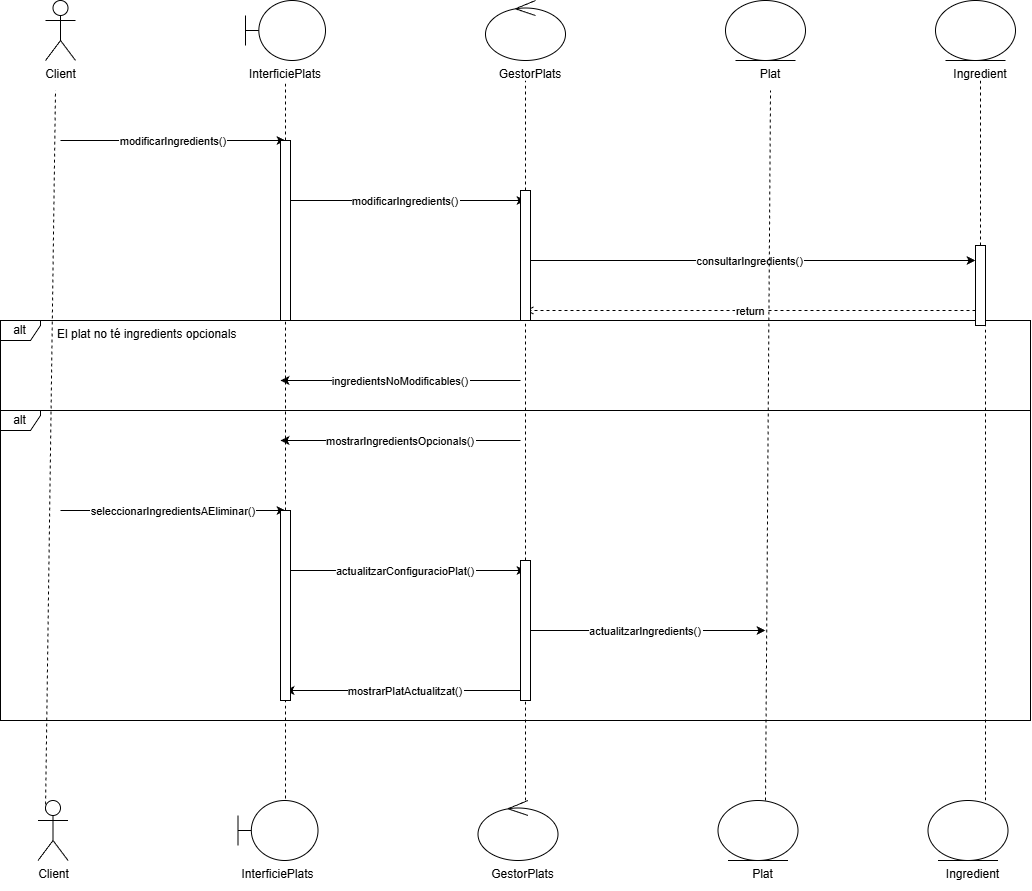
This is Diagrames/Diagrames seqüència/Diagrames Sebastián Díaz Carrasco/modificar_ingredients.png from MarcelPainos/ES26UAB-431-12, a draw.io export, as it was before one commit. Source tidied: cells renumbered, new cells last; positions are measured from the earlier drawing's top-left corner, leaving out a move shared by most shapes.
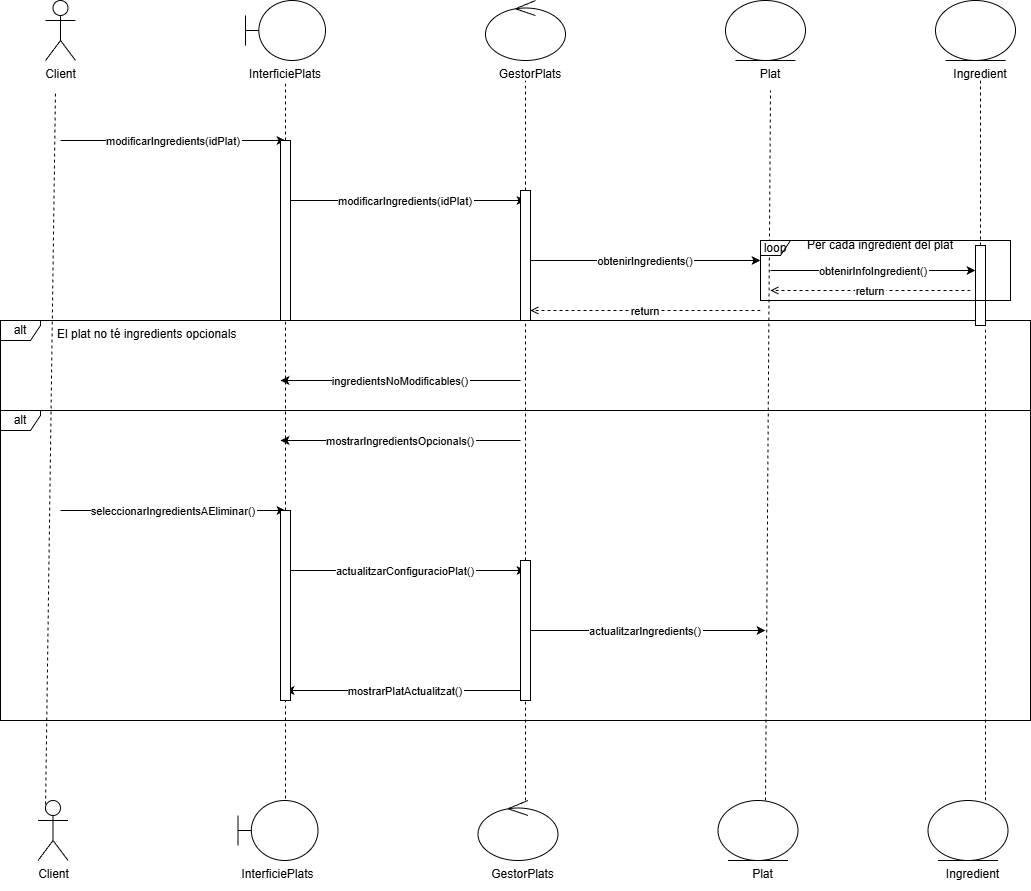
The same file after the commit.

Diff of the diagram source:
```diff
@@ -29,30 +29,18 @@
     <mxCell id="10" value="Ingredient" style="text;strokeColor=none;fillColor=none;align=center;" parent="1" vertex="1">
       <mxGeometry x="930" y="60" width="100" height="30" as="geometry" />
     </mxCell>
-    <mxCell id="11" value="modificarIngredients()" style="endArrow=classic;" parent="1" edge="1">
+    <mxCell id="11" value="modificarIngredients(idPlat)" style="endArrow=classic;" parent="1" edge="1">
       <mxGeometry relative="1" as="geometry">
         <mxPoint x="60" y="140" as="sourcePoint" />
         <mxPoint x="285" y="140" as="targetPoint" />
       </mxGeometry>
     </mxCell>
-    <mxCell id="12" value="modificarIngredients()" style="endArrow=classic;" parent="1" edge="1">
+    <mxCell id="12" value="modificarIngredients(idPlat)" style="endArrow=classic;" parent="1" edge="1">
       <mxGeometry relative="1" as="geometry">
         <mxPoint x="285" y="200" as="sourcePoint" />
         <mxPoint x="525" y="200" as="targetPoint" />
       </mxGeometry>
     </mxCell>
-    <mxCell id="13" value="consultarIngredients()" style="endArrow=classic;" parent="1" edge="1">
-      <mxGeometry relative="1" as="geometry">
-        <mxPoint x="525" y="260" as="sourcePoint" />
-        <mxPoint x="975" y="260" as="targetPoint" />
-      </mxGeometry>
-    </mxCell>
-    <mxCell id="14" value="return" style="endArrow=open;dashed=1;" parent="1" edge="1">
-      <mxGeometry relative="1" as="geometry">
-        <mxPoint x="975" y="310" as="sourcePoint" />
-        <mxPoint x="525" y="310" as="targetPoint" />
-      </mxGeometry>
-    </mxCell>
     <mxCell id="15" value="mostrarIngredientsOpcionals()" style="endArrow=classic;" parent="1" edge="1">
       <mxGeometry relative="1" as="geometry">
         <mxPoint x="520" y="440" as="sourcePoint" />
@@ -189,5 +177,34 @@
     <mxCell id="47" value="Ingredient" style="text;strokeColor=none;fillColor=none;align=center;" parent="1" vertex="1">
       <mxGeometry x="922.5" y="860" width="100" height="30" as="geometry" />
     </mxCell>
+    <mxCell id="48" value="obtenirIngredients()" style="endArrow=classic;" parent="1" edge="1">
+      <mxGeometry relative="1" as="geometry">
+        <mxPoint x="530" y="260" as="sourcePoint" />
+        <mxPoint x="760" y="260" as="targetPoint" />
+      </mxGeometry>
+    </mxCell>
+    <mxCell id="49" value="return" style="endArrow=open;dashed=1;" parent="1" edge="1">
+      <mxGeometry relative="1" as="geometry">
+        <mxPoint x="760" y="310" as="sourcePoint" />
+        <mxPoint x="530" y="310" as="targetPoint" />
+      </mxGeometry>
+    </mxCell>
+    <mxCell id="50" value="loop" style="shape=umlFrame;whiteSpace=wrap;html=1;width=30;height=15;" parent="1" vertex="1">
+      <mxGeometry x="760" y="240" width="250" height="60" as="geometry" />
+    </mxCell>
+    <mxCell id="51" value="Per cada ingredient del plat" style="text;html=1;whiteSpace=wrap;strokeColor=none;fillColor=none;align=center;verticalAlign=middle;rounded=0;" parent="1" vertex="1">
+      <mxGeometry x="790" y="240" width="180" height="10" as="geometry" />
+    </mxCell>
+    <mxCell id="52" value="obtenirInfoIngredient()" style="endArrow=classic;" parent="1" edge="1" target="37">
+      <mxGeometry relative="1" as="geometry">
+        <mxPoint x="770" y="270" as="sourcePoint" />
+      </mxGeometry>
+    </mxCell>
+    <mxCell id="53" value="return" style="endArrow=open;dashed=1;" parent="1" edge="1">
+      <mxGeometry relative="1" as="geometry">
+        <mxPoint x="970" y="290" as="sourcePoint" />
+        <mxPoint x="770" y="290" as="targetPoint" />
+      </mxGeometry>
+    </mxCell>
   </root>
 </mxGraphModel>
```
